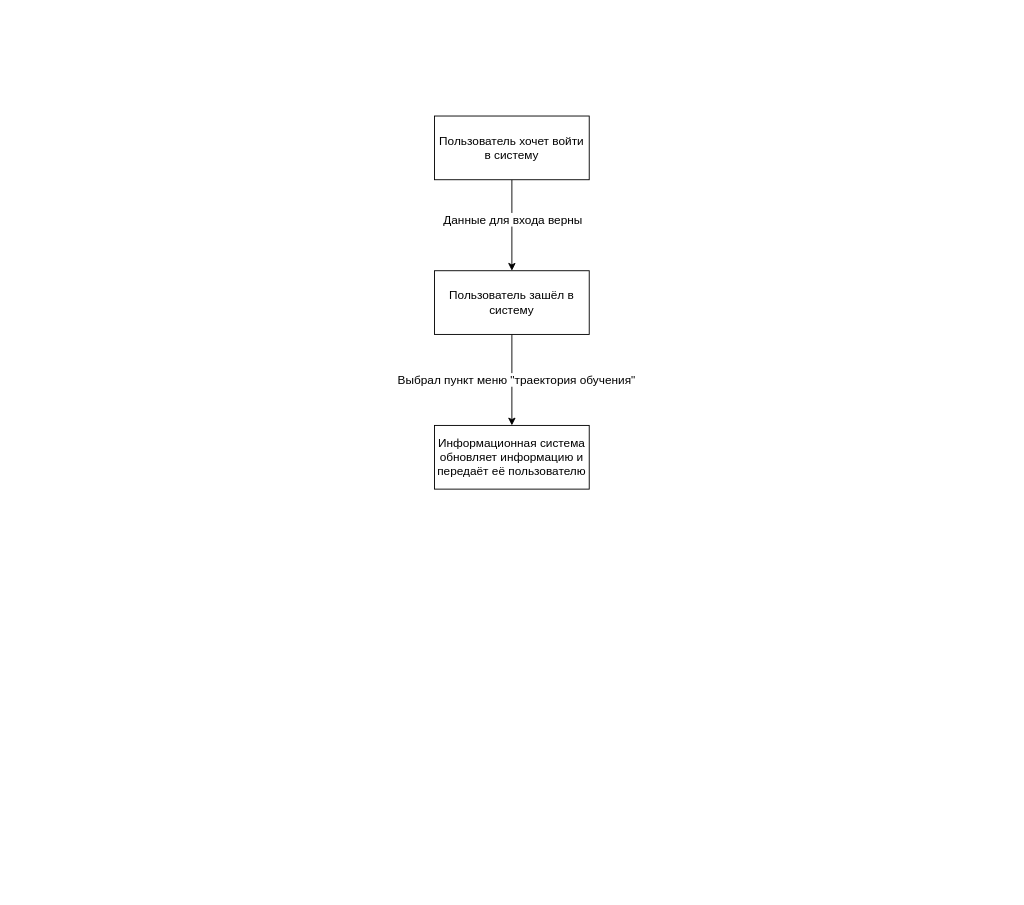
Earlier version of the draw.io diagram Диаграмма_состояний_ТПСиД.drawio (BozrikovDanila/ModelingOfProcessesAndSystems). Source tidied: cells renumbered, new cells numbered last; positions are measured from the earlier drawing's top-left corner, leaving out a move shared by most shapes. Both pictures are drawn from the tidied source at 91%, with x=0, y=0 at pixel (434, 116).
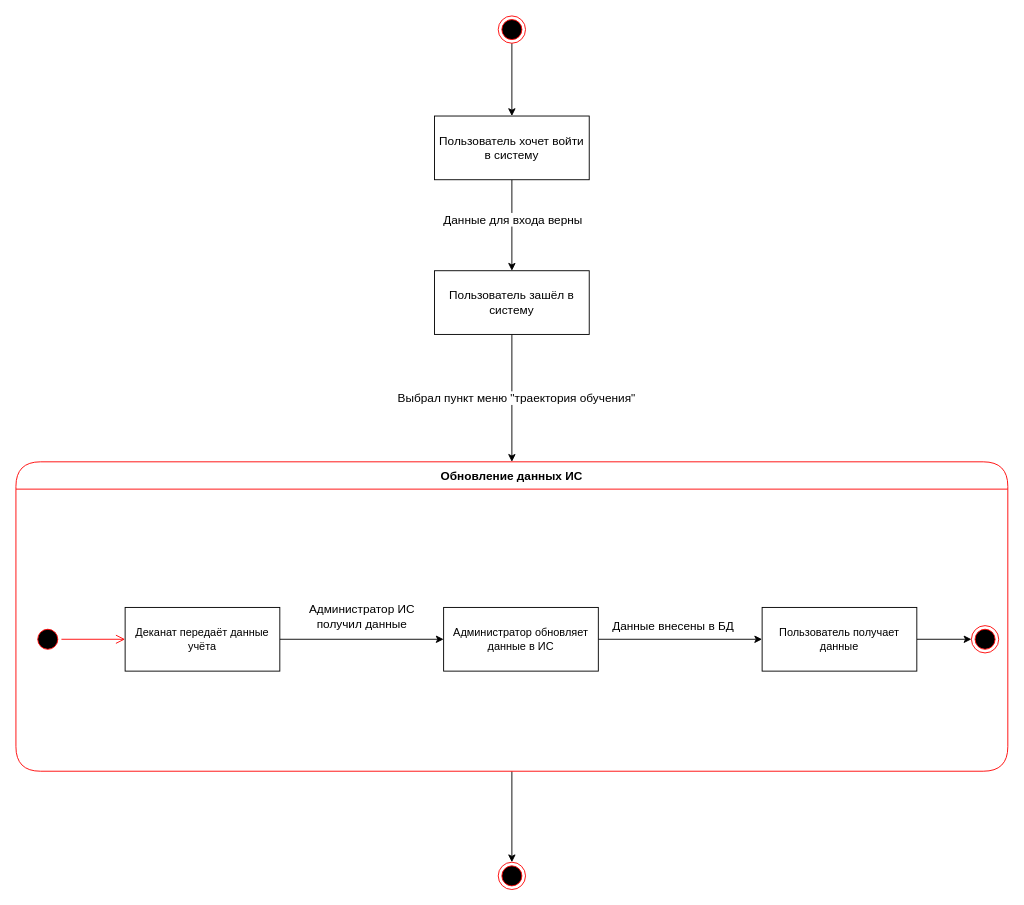
After the change.

The change refers to these unchanged cells:
```xml
<mxCell id="4" value="&lt;font style=&quot;font-size: 13px;&quot;&gt;Пользователь хочет войти в систему&lt;/font&gt;" style="rounded=0;whiteSpace=wrap;html=1;" parent="1" vertex="1">
  <mxGeometry width="170" height="70" as="geometry" />
</mxCell>
<mxCell id="6" value="&lt;font style=&quot;font-size: 13px;&quot;&gt;Пользователь зашёл в систему&lt;/font&gt;" style="rounded=0;whiteSpace=wrap;html=1;" parent="1" vertex="1">
  <mxGeometry y="170" width="170" height="70" as="geometry" />
</mxCell>
```

Change to the diagram source:
```diff
@@
-    <mxCell id="5" value="Выбрал пункт меню &quot;траектория обучения&quot;" style="edgeStyle=orthogonalEdgeStyle;rounded=0;jettySize=auto;html=1;exitX=0.5;exitY=1;exitDx=0;exitDy=0;entryX=0.5;entryY=0;entryDx=0;entryDy=0;fontSize=13;" parent="1" edge="1" source="6" target="7">
+    <mxCell id="5" value="Выбрал пункт меню &quot;траектория обучения&quot;" style="edgeStyle=orthogonalEdgeStyle;rounded=0;jettySize=auto;html=1;exitX=0.5;exitY=1;exitDx=0;exitDy=0;entryX=0.5;entryY=0;entryDx=0;entryDy=0;fontSize=13;" parent="1" edge="1" source="6" target="11">
       <mxGeometry y="5" relative="1" as="geometry" />
     </mxCell>
@@
-    <mxCell id="7" value="&lt;font style=&quot;font-size: 13px;&quot;&gt;Информационная система обновляет информацию и передаёт её пользователю&lt;/font&gt;" style="rounded=0;whiteSpace=wrap;html=1;" parent="1" vertex="1">
-      <mxGeometry y="340" width="170" height="70" as="geometry" />
-    </mxCell>
+    <mxCell id="8" style="edgeStyle=orthogonalEdgeStyle;rounded=0;jettySize=auto;html=1;exitX=0.5;exitY=1;exitDx=0;exitDy=0;entryX=0.5;entryY=0;entryDx=0;entryDy=0;fontSize=13;" parent="1" edge="1" source="9" target="4">
+      <mxGeometry relative="1" as="geometry" />
+    </mxCell>
+    <mxCell id="9" style="ellipse;html=1;shape=endState;fillColor=#000000;strokeColor=#ff0000;fontSize=13;" parent="1" vertex="1">
+      <mxGeometry x="70" y="-110" width="30" height="30" as="geometry" />
+    </mxCell>
+    <mxCell id="10" style="edgeStyle=orthogonalEdgeStyle;rounded=0;jettySize=auto;html=1;exitX=0.5;exitY=1;exitDx=0;exitDy=0;fontSize=13;entryX=0.5;entryY=0;entryDx=0;entryDy=0;" parent="1" edge="1" source="11" target="21">
+      <mxGeometry relative="1" as="geometry" />
+    </mxCell>
+    <mxCell id="11" value="Обновление данных ИС" style="swimlane;fontStyle=1;align=center;verticalAlign=middle;horizontal=1;startSize=30;fontColor=#000000;rounded=1;arcSize=30;strokeColor=#ff0000;fillColor=#FFFFFF;swimlaneFillColor=#FFFFFF;fontSize=13;" parent="1" vertex="1">
+      <mxGeometry x="-460" y="380" width="1090" height="340" as="geometry" />
+    </mxCell>
+    <mxCell id="12" style="ellipse;html=1;shape=endState;fillColor=#000000;strokeColor=#ff0000;fontSize=13;" parent="1" vertex="1">
+      <mxGeometry x="590" y="560" width="30" height="30" as="geometry" />
+    </mxCell>
+    <mxCell id="13" style="ellipse;html=1;shape=startState;fillColor=#000000;strokeColor=#ff0000;fontSize=13;" parent="1" vertex="1">
+      <mxGeometry x="-440" y="560" width="30" height="30" as="geometry" />
+    </mxCell>
+    <mxCell id="14" style="edgeStyle=orthogonalEdgeStyle;html=1;verticalAlign=bottom;endArrow=open;endSize=8;strokeColor=#ff0000;rounded=0;fontSize=13;entryX=0;entryY=0.5;entryDx=0;entryDy=0;" parent="1" edge="1" source="13" target="16">
+      <mxGeometry relative="1" as="geometry" />
+    </mxCell>
+    <mxCell id="15" value="Администратор ИС &lt;br&gt;получил данные" style="edgeStyle=orthogonalEdgeStyle;rounded=0;jettySize=auto;html=1;exitX=1;exitY=0.5;exitDx=0;exitDy=0;entryX=0;entryY=0.5;entryDx=0;entryDy=0;fontSize=13;" parent="1" edge="1" source="16" target="18">
+      <mxGeometry y="25" relative="1" as="geometry" />
+    </mxCell>
+    <mxCell id="16" value="Деканат передаёт данные учёта" style="rounded=0;whiteSpace=wrap;html=1;" parent="1" vertex="1">
+      <mxGeometry x="-340" y="540" width="170" height="70" as="geometry" />
+    </mxCell>
+    <mxCell id="17" value="Данные внесены в БД" style="edgeStyle=orthogonalEdgeStyle;rounded=0;jettySize=auto;html=1;exitX=1;exitY=0.5;exitDx=0;exitDy=0;fontSize=13;entryX=0;entryY=0.5;entryDx=0;entryDy=0;" parent="1" edge="1" source="18" target="20">
+      <mxGeometry x="-0.1" y="15" relative="1" as="geometry">
+        <mxPoint x="1" as="offset" />
+      </mxGeometry>
+    </mxCell>
+    <mxCell id="18" value="Администратор обновляет данные в ИС" style="rounded=0;whiteSpace=wrap;html=1;" parent="1" vertex="1">
+      <mxGeometry x="10" y="540" width="170" height="70" as="geometry" />
+    </mxCell>
+    <mxCell id="19" style="edgeStyle=orthogonalEdgeStyle;rounded=0;jettySize=auto;html=1;exitX=1;exitY=0.5;exitDx=0;exitDy=0;entryX=0;entryY=0.5;entryDx=0;entryDy=0;fontSize=13;" parent="1" edge="1" source="20" target="12">
+      <mxGeometry relative="1" as="geometry" />
+    </mxCell>
+    <mxCell id="20" value="Пользователь получает данные" style="rounded=0;whiteSpace=wrap;html=1;" parent="1" vertex="1">
+      <mxGeometry x="360" y="540" width="170" height="70" as="geometry" />
+    </mxCell>
+    <mxCell id="21" style="ellipse;html=1;shape=endState;fillColor=#000000;strokeColor=#ff0000;fontSize=13;" parent="1" vertex="1">
+      <mxGeometry x="70" y="820" width="30" height="30" as="geometry" />
+    </mxCell>
```
